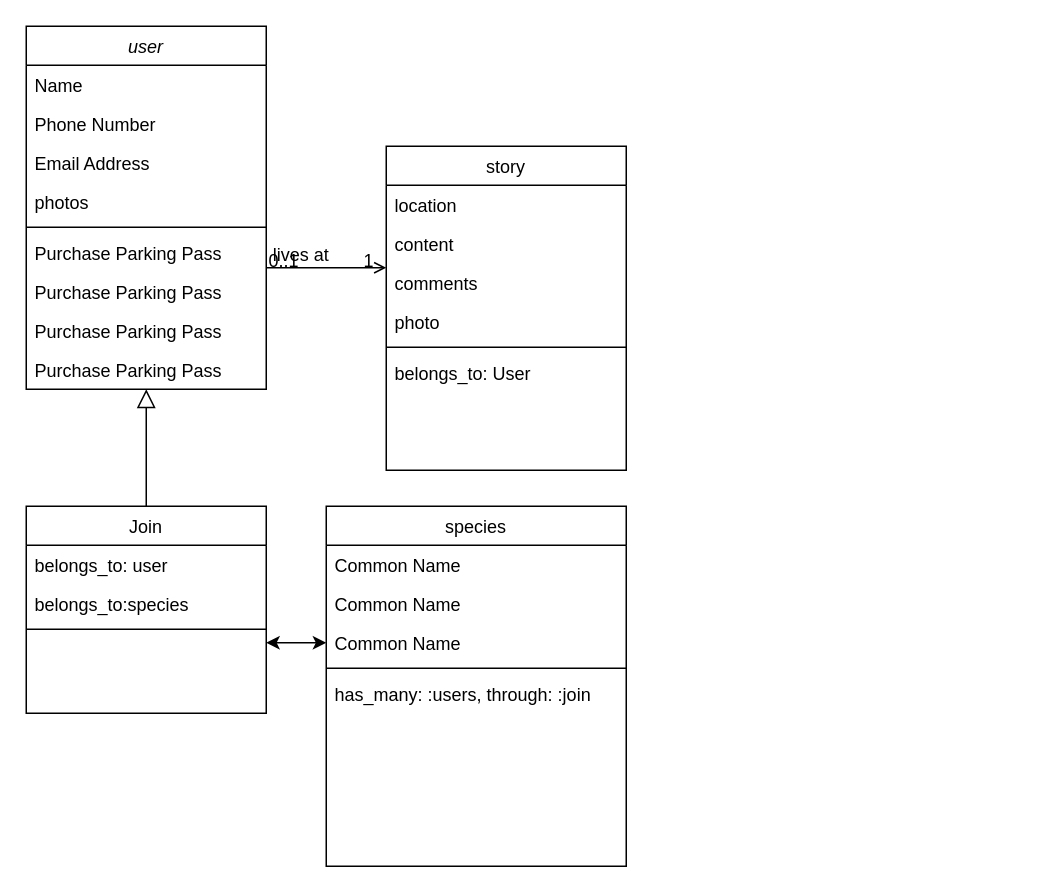
Before: FishIdentifier.drawio in JoeDeGr/FishIdentifierApi, a draw.io diagram. Source tidied: cells renumbered, new cells numbered last; positions are measured from the earlier drawing's top-left corner, leaving out a move shared by most shapes. Both pictures are drawn from the tidied source at 150%, with x=0, y=0 at pixel (26, 26).
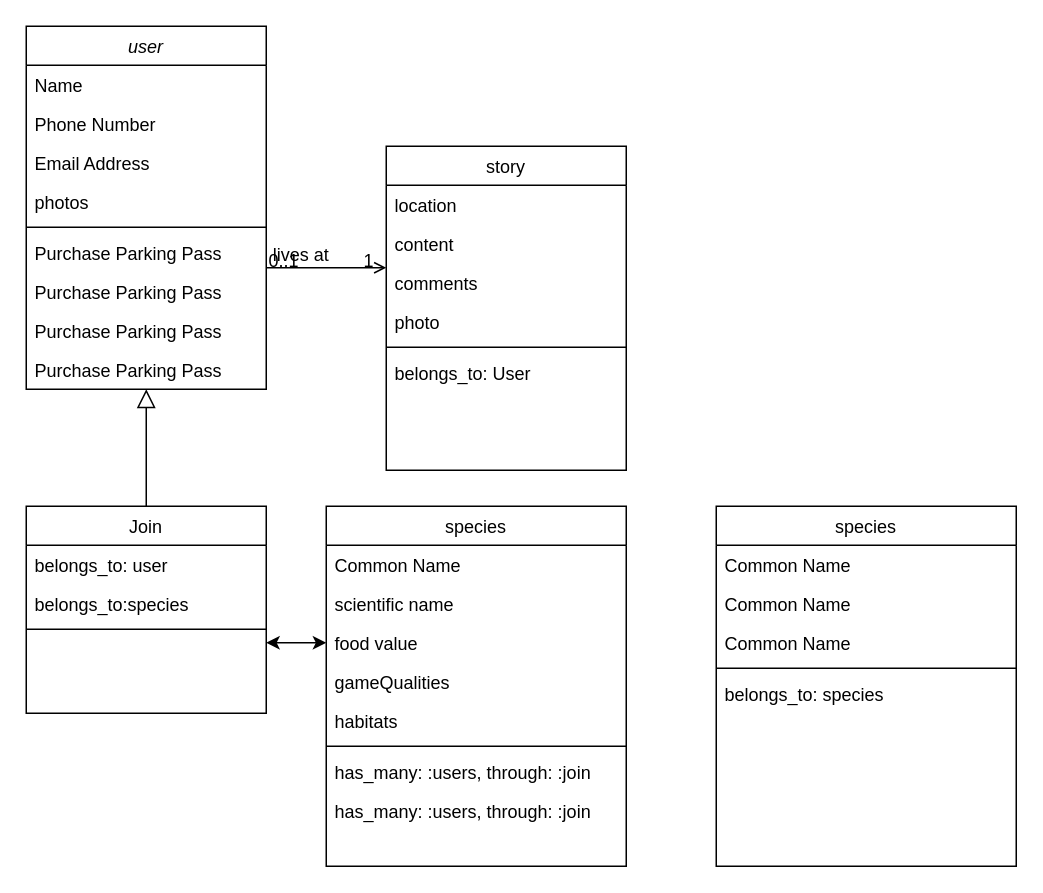
The same diagram, later.

Unchanged cells that the change refers to:
```xml
<mxCell id="17" value="species" style="swimlane;fontStyle=0;align=center;verticalAlign=top;horizontal=1;startSize=26;rounded=0;shadow=0;strokeWidth=1;" parent="1" vertex="1">
  <mxGeometry x="200" y="320" width="200" height="240" as="geometry" />
</mxCell>
```

What changed in the source:
```diff
@@
-    <mxCell id="19" value="Common Name" style="text;align=left;verticalAlign=top;spacingLeft=4;spacingRight=4;overflow=hidden;" parent="17" vertex="1">
+    <mxCell id="19" value="scientific name" style="text;align=left;verticalAlign=top;spacingLeft=4;spacingRight=4;overflow=hidden;" parent="17" vertex="1">
       <mxGeometry y="52" width="200" height="26" as="geometry" />
     </mxCell>
-    <mxCell id="20" value="Common Name" style="text;align=left;verticalAlign=top;spacingLeft=4;spacingRight=4;overflow=hidden;points=[[0,0.5],[1,0.5]];portConstraint=eastwest;" parent="17" vertex="1">
+    <mxCell id="20" value="food value" style="text;align=left;verticalAlign=top;spacingLeft=4;spacingRight=4;overflow=hidden;points=[[0,0.5],[1,0.5]];portConstraint=eastwest;" parent="17" vertex="1">
       <mxGeometry y="78" width="200" height="26" as="geometry" />
     </mxCell>
+    <mxCell id="35" value="gameQualities" style="text;align=left;verticalAlign=top;spacingLeft=4;spacingRight=4;overflow=hidden;" parent="17" vertex="1">
+      <mxGeometry y="104" width="200" height="26" as="geometry" />
+    </mxCell>
+    <mxCell id="36" value="habitats" style="text;align=left;verticalAlign=top;spacingLeft=4;spacingRight=4;overflow=hidden;" parent="17" vertex="1">
+      <mxGeometry y="130" width="200" height="26" as="geometry" />
+    </mxCell>
     <mxCell id="21" style="line;html=1;strokeWidth=1;align=left;verticalAlign=middle;spacingTop=-1;spacingLeft=3;spacingRight=3;labelPosition=right;" parent="17" vertex="1">
-      <mxGeometry y="104" width="200" height="8" as="geometry" />
+      <mxGeometry y="156" width="200" height="8" as="geometry" />
     </mxCell>
     <mxCell id="22" value="has_many: :users, through: :join" style="text;align=left;verticalAlign=top;spacingLeft=4;spacingRight=4;overflow=hidden;" parent="17" vertex="1">
-      <mxGeometry y="112" width="200" height="26" as="geometry" />
+      <mxGeometry y="164" width="200" height="26" as="geometry" />
     </mxCell>
+    <mxCell id="37" value="has_many: :users, through: :join" style="text;align=left;verticalAlign=top;spacingLeft=4;spacingRight=4;overflow=hidden;" parent="17" vertex="1">
+      <mxGeometry y="190" width="200" height="26" as="geometry" />
+    </mxCell>
@@
+    <mxCell id="38" value="species" style="swimlane;fontStyle=0;align=center;verticalAlign=top;horizontal=1;startSize=26;rounded=0;shadow=0;strokeWidth=1;" parent="1" vertex="1">
+      <mxGeometry x="460" y="320" width="200" height="240" as="geometry" />
+    </mxCell>
+    <mxCell id="39" value="Common Name" style="text;align=left;verticalAlign=top;spacingLeft=4;spacingRight=4;overflow=hidden;" parent="38" vertex="1">
+      <mxGeometry y="26" width="200" height="26" as="geometry" />
+    </mxCell>
+    <mxCell id="40" value="Common Name" style="text;align=left;verticalAlign=top;spacingLeft=4;spacingRight=4;overflow=hidden;" parent="38" vertex="1">
+      <mxGeometry y="52" width="200" height="26" as="geometry" />
+    </mxCell>
+    <mxCell id="41" value="Common Name" style="text;align=left;verticalAlign=top;spacingLeft=4;spacingRight=4;overflow=hidden;" parent="38" vertex="1">
+      <mxGeometry y="78" width="200" height="26" as="geometry" />
+    </mxCell>
+    <mxCell id="42" style="line;html=1;strokeWidth=1;align=left;verticalAlign=middle;spacingTop=-1;spacingLeft=3;spacingRight=3;labelPosition=right;" parent="38" vertex="1">
+      <mxGeometry y="104" width="200" height="8" as="geometry" />
+    </mxCell>
+    <mxCell id="43" value="belongs_to: species" style="text;align=left;verticalAlign=top;spacingLeft=4;spacingRight=4;overflow=hidden;" parent="38" vertex="1">
+      <mxGeometry y="112" width="200" height="26" as="geometry" />
+    </mxCell>
```
